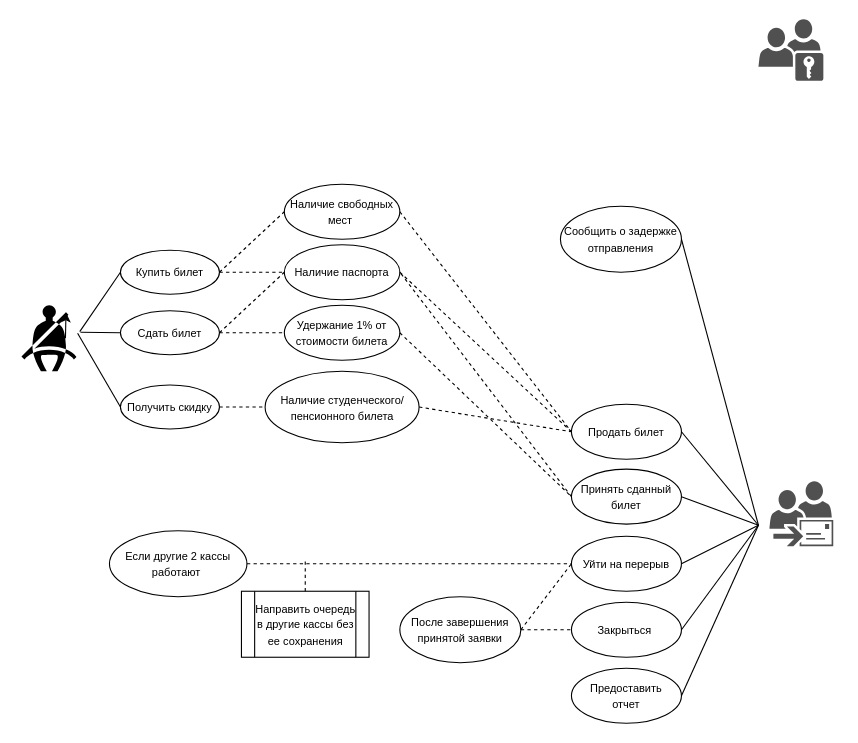
Before: ticket.drawio in tacha7/Asya, a draw.io diagram. Source tidied: cells renumbered, new cells numbered last; positions are measured from the earlier drawing's top-left corner, leaving out a move shared by most shapes. Both pictures are drawn from the tidied source at 110%, with x=0, y=0 at pixel (21, 19).
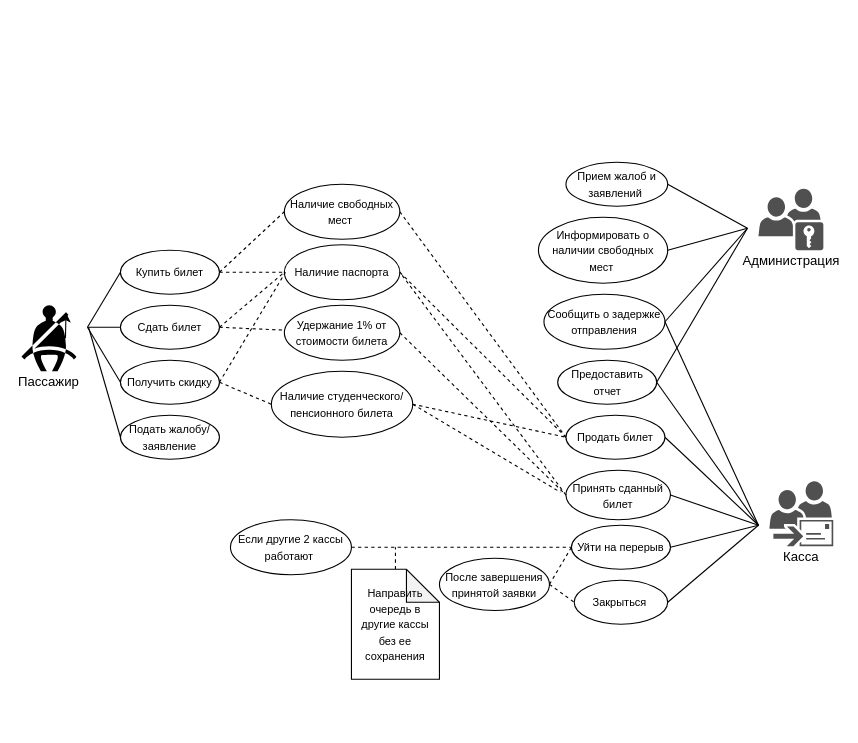
After the change.

The change refers to these unchanged cells:
```xml
<mxCell id="2" style="shape=mxgraph.signs.transportation.seat_belt;html=1;fillColor=#000000;strokeColor=none;verticalLabelPosition=bottom;verticalAlign=top;align=center;" parent="1" vertex="1">
  <mxGeometry y="260" width="50" height="60" as="geometry" />
</mxCell>
<mxCell id="6" value="&lt;font style=&quot;font-size: 10px&quot;&gt;Купить билет&lt;/font&gt;" style="ellipse;whiteSpace=wrap;html=1;" parent="1" vertex="1">
  <mxGeometry x="90" y="210" width="90" height="40" as="geometry" />
</mxCell>
```

Diff of the diagram source:
```diff
@@
-    <mxCell id="4" value="&lt;font style=&quot;font-size: 10px&quot;&gt;Направить очередь в другие кассы без ее сохранения&lt;/font&gt;" style="shape=process;whiteSpace=wrap;html=1;backgroundOutline=1;" parent="1" vertex="1">
-      <mxGeometry x="200" y="520" width="116" height="60" as="geometry" />
-    </mxCell>
-    <mxCell id="5" style="endArrow=none;dashed=1;html=1;exitX=0.5;exitY=0;exitDx=0;exitDy=0;" parent="1" edge="1" source="4">
+    <mxCell id="5" style="endArrow=none;dashed=1;html=1;exitX=0.5;exitY=0;exitDx=0;exitDy=0;exitPerimeter=0;" parent="1" edge="1" source="4">
       <mxGeometry relative="1" as="geometry">
-        <mxPoint x="258" y="490" as="targetPoint" />
+        <mxPoint x="340" y="480" as="targetPoint" />
       </mxGeometry>
     </mxCell>
@@
     <mxCell id="7" value="&lt;font style=&quot;font-size: 10px&quot;&gt;Сдать билет&lt;/font&gt;" style="ellipse;whiteSpace=wrap;html=1;" parent="1" vertex="1">
-      <mxGeometry x="90" y="265" width="90" height="40" as="geometry" />
+      <mxGeometry x="90" y="260" width="90" height="40" as="geometry" />
     </mxCell>
     <mxCell id="8" value="&lt;font style=&quot;font-size: 10px&quot;&gt;Получить скидку&lt;/font&gt;" style="ellipse;whiteSpace=wrap;html=1;" parent="1" vertex="1">
-      <mxGeometry x="90" y="332.5" width="90" height="40" as="geometry" />
+      <mxGeometry x="90" y="310" width="90" height="40" as="geometry" />
     </mxCell>
@@
     <mxCell id="11" value="&lt;span style=&quot;font-size: 10px&quot;&gt;Наличие студенческого/пенсионного билета&lt;/span&gt;" style="ellipse;whiteSpace=wrap;html=1;" parent="1" vertex="1">
-      <mxGeometry x="221.5" y="320" width="140" height="65" as="geometry" />
+      <mxGeometry x="227.2" y="320" width="128.5" height="60" as="geometry" />
     </mxCell>
@@
     <mxCell id="13" value="&lt;span style=&quot;font-size: 10px&quot;&gt;Продать билет&lt;/span&gt;" style="ellipse;whiteSpace=wrap;html=1;" parent="1" vertex="1">
-      <mxGeometry x="500" y="350" width="100" height="50" as="geometry" />
+      <mxGeometry x="495" y="360" width="90" height="40" as="geometry" />
     </mxCell>
     <mxCell id="14" value="&lt;span style=&quot;font-size: 10px&quot;&gt;Принять сданный билет&lt;/span&gt;" style="ellipse;whiteSpace=wrap;html=1;" parent="1" vertex="1">
-      <mxGeometry x="500" y="409" width="100" height="50" as="geometry" />
+      <mxGeometry x="495" y="410" width="95" height="45" as="geometry" />
     </mxCell>
     <mxCell id="15" value="&lt;span style=&quot;font-size: 10px&quot;&gt;Уйти на перерыв&lt;/span&gt;" style="ellipse;whiteSpace=wrap;html=1;" parent="1" vertex="1">
-      <mxGeometry x="500" y="470" width="100" height="50" as="geometry" />
+      <mxGeometry x="500" y="460" width="90" height="40" as="geometry" />
     </mxCell>
     <mxCell id="16" value="&lt;span style=&quot;font-size: 10px&quot;&gt;Предоставить&lt;br&gt;отчет&lt;/span&gt;" style="ellipse;whiteSpace=wrap;html=1;" parent="1" vertex="1">
-      <mxGeometry x="500" y="590" width="100" height="50" as="geometry" />
+      <mxGeometry x="487.5" y="310" width="90" height="40" as="geometry" />
     </mxCell>
     <mxCell id="17" value="&lt;span style=&quot;font-size: 10px&quot;&gt;Закрыться&amp;nbsp;&lt;/span&gt;" style="ellipse;whiteSpace=wrap;html=1;" parent="1" vertex="1">
-      <mxGeometry x="500" y="530" width="100" height="50" as="geometry" />
+      <mxGeometry x="502.5" y="510" width="85" height="40" as="geometry" />
     </mxCell>
     <mxCell id="18" value="&lt;span style=&quot;font-size: 10px&quot;&gt;Сообщить о задержке отправления&lt;/span&gt;" style="ellipse;whiteSpace=wrap;html=1;" parent="1" vertex="1">
-      <mxGeometry x="490" y="170" width="110" height="60" as="geometry" />
+      <mxGeometry x="475" y="250" width="110" height="50" as="geometry" />
     </mxCell>
     <mxCell id="19" value="&lt;span style=&quot;font-size: 10px&quot;&gt;Если другие 2 кассы работают&amp;nbsp;&lt;/span&gt;" style="ellipse;whiteSpace=wrap;html=1;" parent="1" vertex="1">
-      <mxGeometry x="80" y="465" width="125" height="60" as="geometry" />
+      <mxGeometry x="190" y="455" width="110" height="50" as="geometry" />
     </mxCell>
     <mxCell id="20" value="&lt;span style=&quot;font-size: 10px&quot;&gt;После завершения принятой заявки&lt;/span&gt;" style="ellipse;whiteSpace=wrap;html=1;" parent="1" vertex="1">
-      <mxGeometry x="344" y="525" width="110" height="60" as="geometry" />
+      <mxGeometry x="380" y="490" width="100" height="47.5" as="geometry" />
     </mxCell>
     <mxCell id="21" style="shadow=0;dashed=0;html=1;strokeColor=none;fillColor=#505050;labelPosition=center;verticalLabelPosition=bottom;verticalAlign=top;align=center;shape=mxgraph.office.security.role_group;" parent="1" vertex="1">
-      <mxGeometry x="670" width="59" height="56" as="geometry" />
+      <mxGeometry x="670" y="154" width="59" height="56" as="geometry" />
     </mxCell>
     <mxCell id="22" style="endArrow=none;html=1;entryX=0;entryY=0.5;entryDx=0;entryDy=0;" parent="1" edge="1" target="6">
       <mxGeometry relative="1" as="geometry">
-        <mxPoint x="53" y="284" as="sourcePoint" />
+        <mxPoint x="60" y="280" as="sourcePoint" />
       </mxGeometry>
     </mxCell>
-    <mxCell id="23" style="endArrow=none;html=1;exitX=1.073;exitY=0.408;exitDx=0;exitDy=0;exitPerimeter=0;entryX=0;entryY=0.5;entryDx=0;entryDy=0;" parent="1" edge="1" source="2" target="7">
-      <mxGeometry relative="1" as="geometry" />
+    <mxCell id="23" style="endArrow=none;html=1;entryX=0;entryY=0.5;entryDx=0;entryDy=0;" parent="1" edge="1" target="7">
+      <mxGeometry relative="1" as="geometry">
+        <mxPoint x="60" y="280" as="sourcePoint" />
+      </mxGeometry>
     </mxCell>
@@
-    <mxCell id="25" style="endArrow=none;html=1;exitX=0;exitY=0.5;exitDx=0;exitDy=0;entryX=1.021;entryY=0.425;entryDx=0;entryDy=0;entryPerimeter=0;" parent="1" edge="1" source="8" target="2">
-      <mxGeometry relative="1" as="geometry" />
+    <mxCell id="25" style="endArrow=none;html=1;exitX=0;exitY=0.5;exitDx=0;exitDy=0;" parent="1" edge="1" source="8">
+      <mxGeometry relative="1" as="geometry">
+        <mxPoint x="60" y="280" as="targetPoint" />
+      </mxGeometry>
     </mxCell>
@@
-    <mxCell id="41" style="endArrow=none;dashed=1;html=1;exitX=1;exitY=0.5;exitDx=0;exitDy=0;" parent="1" edge="1" source="19">
-      <mxGeometry relative="1" as="geometry">
-        <mxPoint x="500" y="495" as="targetPoint" />
-      </mxGeometry>
+    <mxCell id="41" style="endArrow=none;dashed=1;html=1;exitX=1;exitY=0.5;exitDx=0;exitDy=0;entryX=0;entryY=0.5;entryDx=0;entryDy=0;" parent="1" edge="1" source="19" target="15">
+      <mxGeometry relative="1" as="geometry" />
     </mxCell>
@@
+    <mxCell id="4" value="&lt;span style=&quot;font-size: 10px&quot;&gt;Направить очередь в другие кассы без ее сохранения&lt;/span&gt;" style="shape=note;whiteSpace=wrap;html=1;backgroundOutline=1;darkOpacity=0.05;" parent="1" vertex="1">
+      <mxGeometry x="300" y="500" width="80" height="100" as="geometry" />
+    </mxCell>
+    <mxCell id="45" value="&lt;span style=&quot;font-size: 10px&quot;&gt;Информировать о наличии свободных мест&amp;nbsp;&lt;/span&gt;" style="ellipse;whiteSpace=wrap;html=1;" parent="1" vertex="1">
+      <mxGeometry x="470" y="180" width="117.5" height="60" as="geometry" />
+    </mxCell>
+    <mxCell id="46" style="endArrow=none;html=1;entryX=1;entryY=0.5;entryDx=0;entryDy=0;" parent="1" edge="1" target="45">
+      <mxGeometry relative="1" as="geometry">
+        <mxPoint x="660" y="190" as="sourcePoint" />
+      </mxGeometry>
+    </mxCell>
+    <mxCell id="47" style="endArrow=none;html=1;entryX=1;entryY=0.5;entryDx=0;entryDy=0;" parent="1" edge="1" target="18">
+      <mxGeometry relative="1" as="geometry">
+        <mxPoint x="660" y="190" as="sourcePoint" />
+      </mxGeometry>
+    </mxCell>
+    <mxCell id="48" style="endArrow=none;html=1;entryX=1;entryY=0.5;entryDx=0;entryDy=0;" parent="1" edge="1" target="16">
+      <mxGeometry relative="1" as="geometry">
+        <mxPoint x="660" y="190" as="sourcePoint" />
+      </mxGeometry>
+    </mxCell>
+    <mxCell id="49" value="&lt;font style=&quot;font-size: 10px&quot;&gt;Прием жалоб и заявлений&amp;nbsp;&lt;/font&gt;" style="ellipse;whiteSpace=wrap;html=1;" parent="1" vertex="1">
+      <mxGeometry x="495" y="130" width="92.5" height="40" as="geometry" />
+    </mxCell>
+    <mxCell id="50" style="endArrow=none;html=1;entryX=1;entryY=0.5;entryDx=0;entryDy=0;" parent="1" edge="1" target="49">
+      <mxGeometry relative="1" as="geometry">
+        <mxPoint x="660" y="190" as="sourcePoint" />
+      </mxGeometry>
+    </mxCell>
+    <mxCell id="51" style="endArrow=none;dashed=1;html=1;exitX=1;exitY=0.5;exitDx=0;exitDy=0;" parent="1" edge="1" source="8">
+      <mxGeometry relative="1" as="geometry">
+        <mxPoint x="240" y="230" as="targetPoint" />
+      </mxGeometry>
+    </mxCell>
+    <mxCell id="52" style="endArrow=none;dashed=1;html=1;exitX=1;exitY=0.5;exitDx=0;exitDy=0;" parent="1" edge="1" source="11">
+      <mxGeometry relative="1" as="geometry">
+        <mxPoint x="490" y="430" as="targetPoint" />
+      </mxGeometry>
+    </mxCell>
+    <mxCell id="53" value="&lt;font style=&quot;font-size: 10px&quot;&gt;Подать жалобу/заявление&lt;/font&gt;" style="ellipse;whiteSpace=wrap;html=1;" parent="1" vertex="1">
+      <mxGeometry x="90" y="360" width="90" height="40" as="geometry" />
+    </mxCell>
+    <mxCell id="54" style="endArrow=none;html=1;exitX=0;exitY=0.5;exitDx=0;exitDy=0;" parent="1" edge="1" source="53">
+      <mxGeometry relative="1" as="geometry">
+        <mxPoint x="61" y="280" as="targetPoint" />
+      </mxGeometry>
+    </mxCell>
+    <mxCell id="55" value="Пассажир" style="text;html=1;strokeColor=none;fillColor=none;align=center;verticalAlign=middle;whiteSpace=wrap;rounded=0;" parent="1" vertex="1">
+      <mxGeometry x="5" y="320" width="40" height="20" as="geometry" />
+    </mxCell>
+    <mxCell id="56" value="Администрация" style="text;html=1;strokeColor=none;fillColor=none;align=center;verticalAlign=middle;whiteSpace=wrap;rounded=0;" parent="1" vertex="1">
+      <mxGeometry x="679.5" y="210" width="40" height="20" as="geometry" />
+    </mxCell>
+    <mxCell id="57" value="Касса" style="text;html=1;strokeColor=none;fillColor=none;align=center;verticalAlign=middle;whiteSpace=wrap;rounded=0;" parent="1" vertex="1">
+      <mxGeometry x="689" y="479" width="40" height="20" as="geometry" />
+    </mxCell>
```
